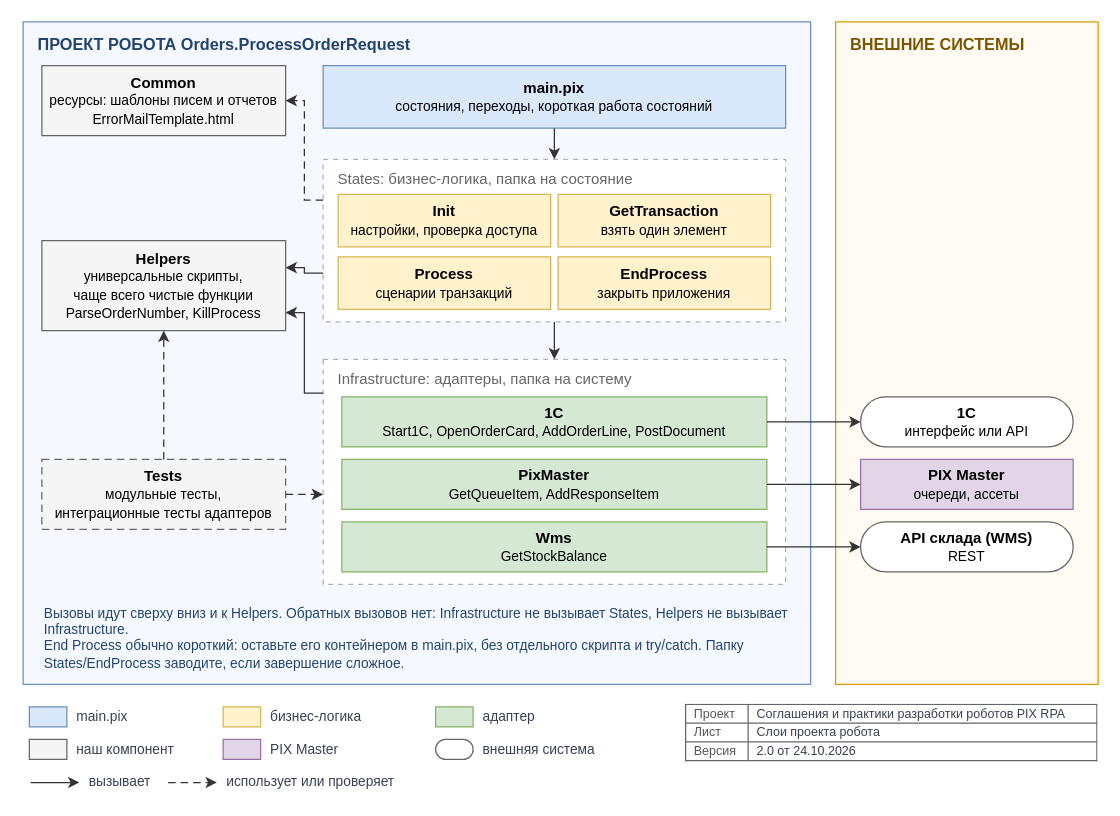
This is page "template / TEMPLATE-01-architecture" (3 of 6) of images/diagrams.drawio from TheMrDJek/PixRpaDevelopmentConventions, a draw.io file, before an edit. Source tidied: cells renumbered, new cells numbered last; positions are measured from the earlier drawing's top-left corner, leaving out a move shared by most shapes. Both pictures are drawn from the tidied source at 125%, with x=0, y=0 at pixel (22, 21).
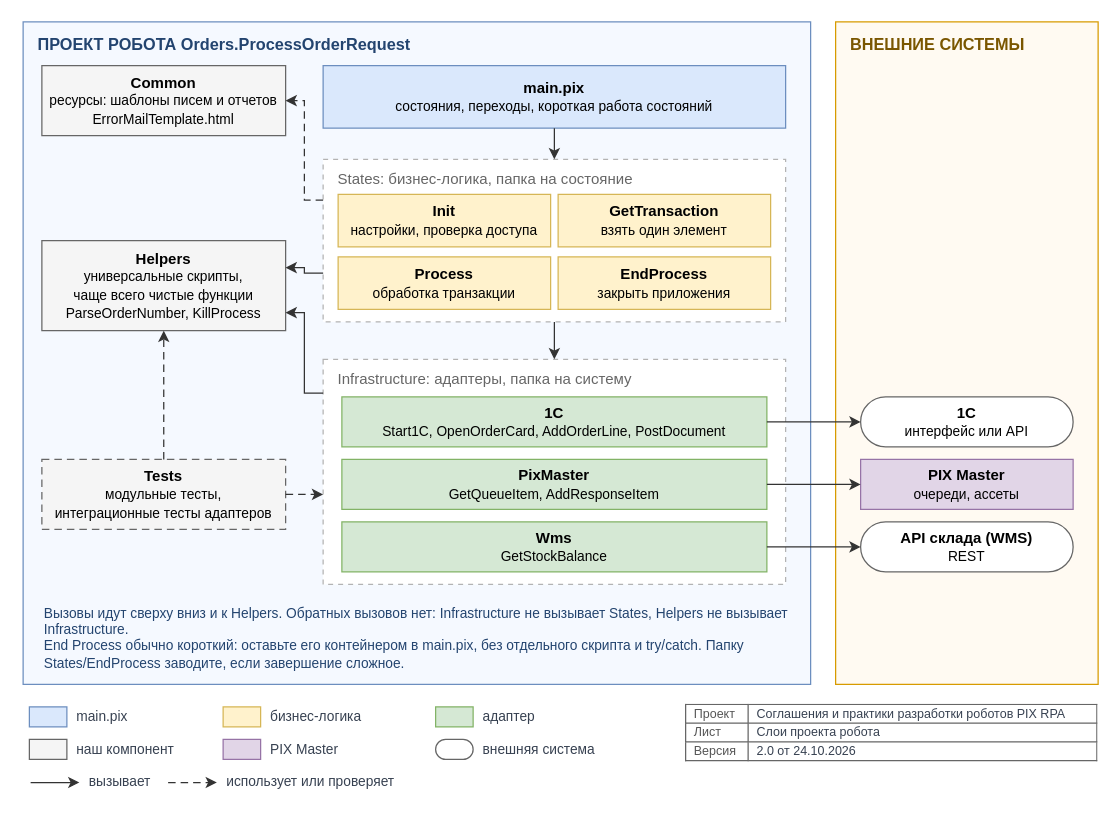
The same diagram, later.

Commit message (it also covers changes not shown here):
docs: template.md, Process Transaction обрабатывает транзакцию полностью

The edit, as a diff of the source:
```diff
@@
-    <mxCell id="8" value="&lt;b&gt;Process&lt;/b&gt;&lt;br&gt;&lt;font style=&quot;font-size:11px&quot;&gt;сценарии транзакций&lt;/font&gt;" style="rounded=0;fillColor=#FFF2CC;strokeColor=#D6B656;strokeWidth=1;fontColor=#000000;fontSize=12;whiteSpace=wrap;html=1;fontFamily=Helvetica;" parent="1" vertex="1">
+    <mxCell id="8" value="&lt;b&gt;Process&lt;/b&gt;&lt;br&gt;&lt;font style=&quot;font-size:11px&quot;&gt;обработка транзакции&lt;/font&gt;" style="rounded=0;fillColor=#FFF2CC;strokeColor=#D6B656;strokeWidth=1;fontColor=#000000;fontSize=12;whiteSpace=wrap;html=1;fontFamily=Helvetica;" parent="1" vertex="1">
       <mxGeometry x="252" y="188" width="170" height="42" as="geometry" />
     </mxCell>
```
